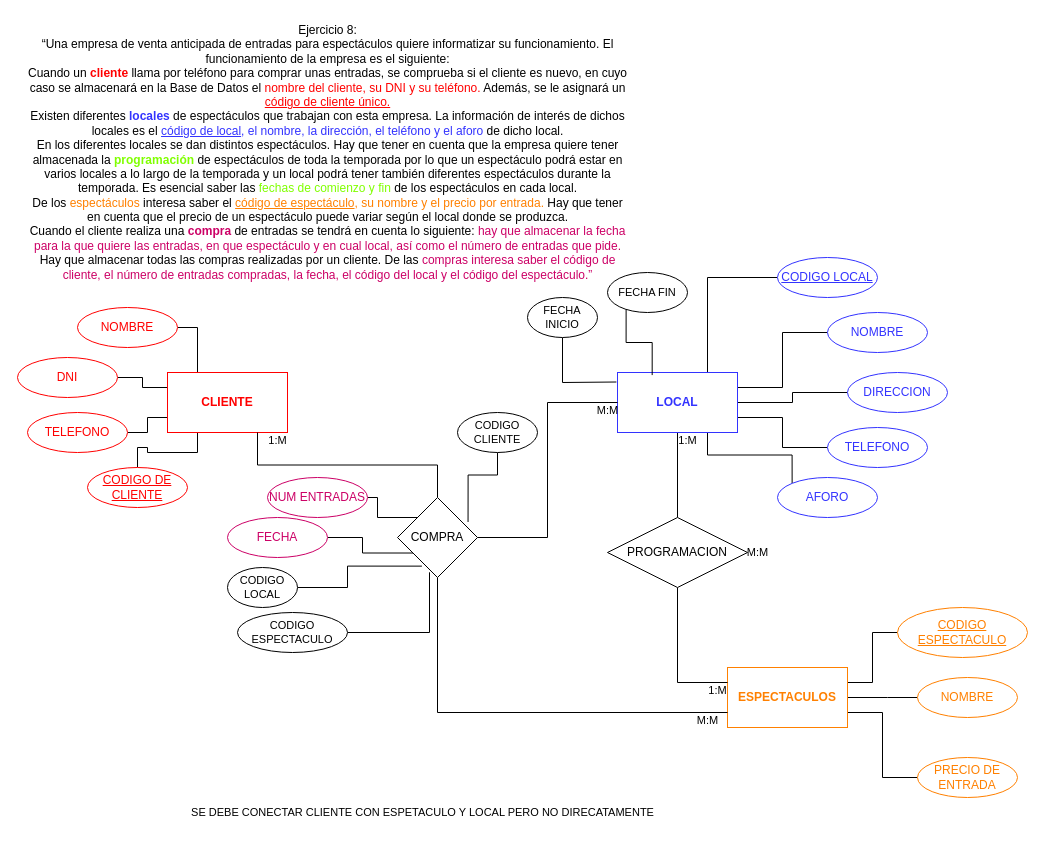
Before: page "Página-4" (4 of 5) of Diagrama sin título.drawio in Cris25nkl/DIAGRAMS_BD, a draw.io diagram. Source tidied: cells renumbered, new cells numbered last; positions are measured from the earlier drawing's top-left corner, leaving out a move shared by most shapes. Both pictures are drawn from the tidied source at 100%, with x=0, y=0 at pixel (17, 17).
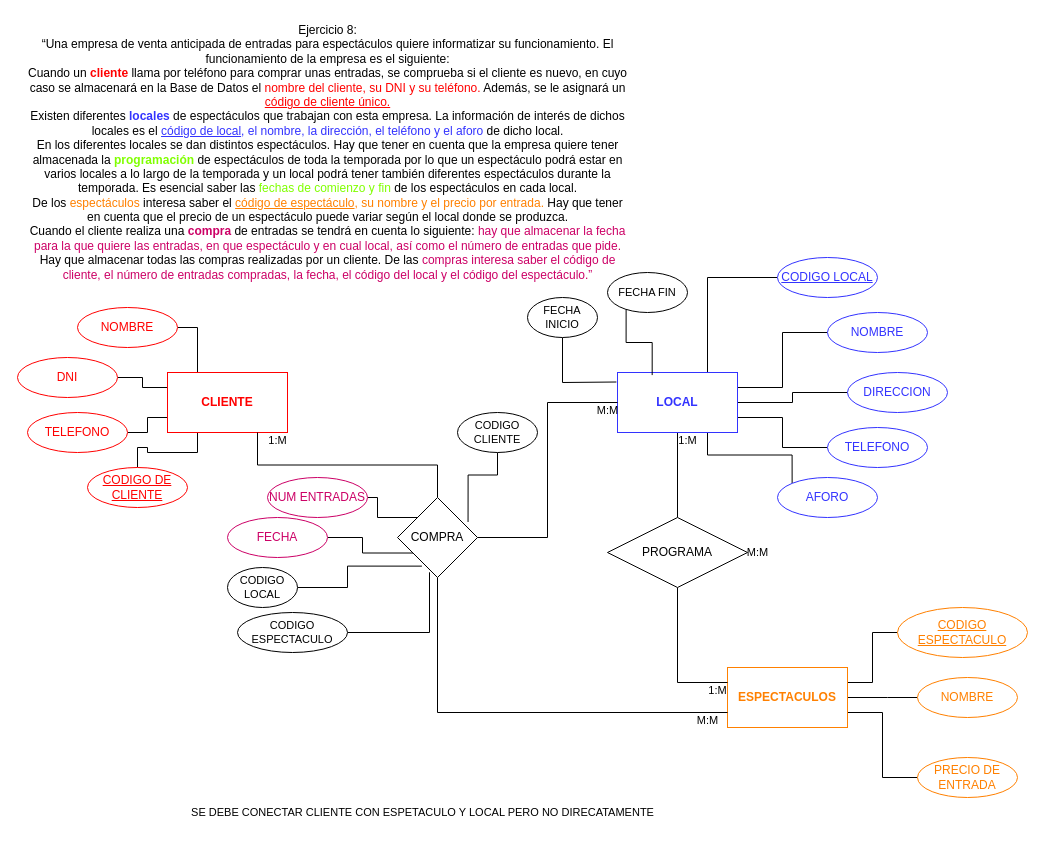
Above is the later version.

Diff of the diagram source:
```diff
@@
-    <mxCell id="43" value="PROGRAMACION" style="rhombus;whiteSpace=wrap;html=1;" parent="1" vertex="1">
+    <mxCell id="43" value="PROGRAMA" style="rhombus;whiteSpace=wrap;html=1;" parent="1" vertex="1">
       <mxGeometry x="590" y="500" width="140" height="70" as="geometry" />
     </mxCell>
```
